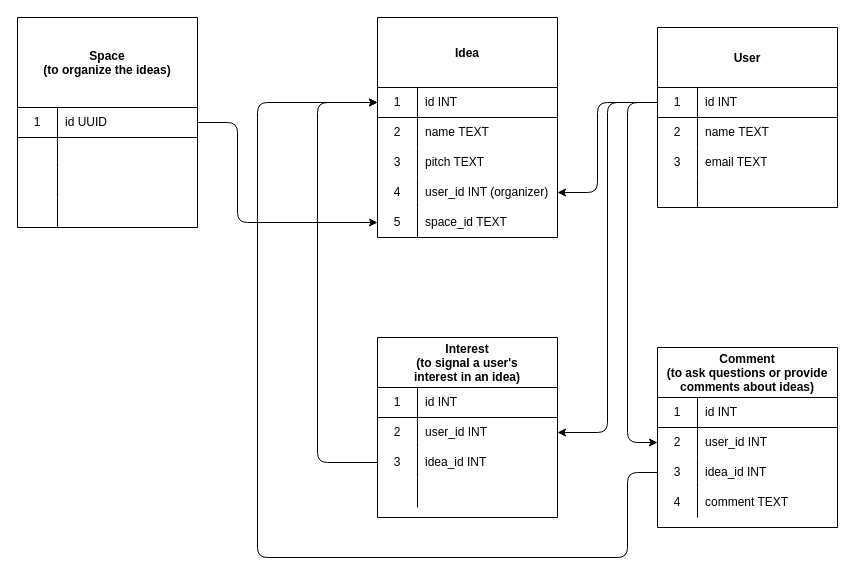
jmichaelbrown8/elevator-pitch keeps this draw.io diagram as schema.drawio. Above is the earlier version. Source tidied: cells renumbered, new cells numbered last; positions are measured from the earlier drawing's top-left corner, leaving out a move shared by most shapes. Both pictures are drawn from the tidied source at 100%, with x=0, y=0 at pixel (17, 17).
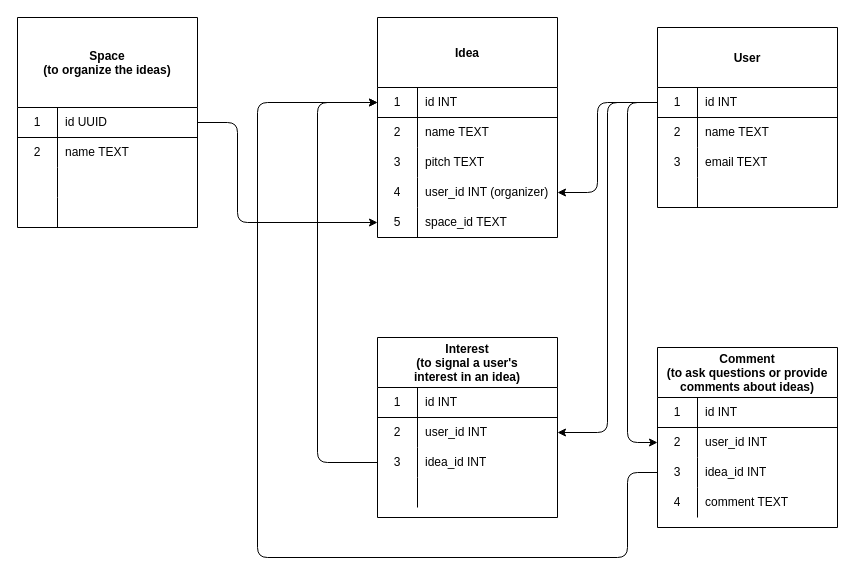
Above is the later version.

Commit message (it also covers changes not shown here):
Added name to space model

The change refers to these unchanged cells:
```xml
<mxCell id="66" style="shape=partialRectangle;html=1;whiteSpace=wrap;fillColor=none;top=0;left=0;bottom=0;right=0;" parent="62" vertex="1">
  <mxGeometry y="120" width="180" height="30" as="geometry" />
</mxCell>
```

The edit, as a diff of the source:
```diff
@@
-    <mxCell id="67" style="shape=partialRectangle;html=1;whiteSpace=wrap;fillColor=none;top=0;left=0;bottom=0;right=0;overflow=hidden;" parent="66" vertex="1">
+    <mxCell id="67" value="2" style="shape=partialRectangle;html=1;whiteSpace=wrap;fillColor=none;top=0;left=0;bottom=0;right=0;overflow=hidden;" parent="66" vertex="1">
       <mxGeometry width="40" height="30" as="geometry" />
     </mxCell>
-    <mxCell id="68" style="shape=partialRectangle;html=1;whiteSpace=wrap;fillColor=none;top=0;left=0;bottom=0;right=0;align=left;spacingLeft=6;overflow=hidden;" parent="66" vertex="1">
+    <mxCell id="68" value="name TEXT" style="shape=partialRectangle;html=1;whiteSpace=wrap;fillColor=none;top=0;left=0;bottom=0;right=0;align=left;spacingLeft=6;overflow=hidden;" parent="66" vertex="1">
       <mxGeometry x="40" width="140" height="30" as="geometry" />
     </mxCell>
```
